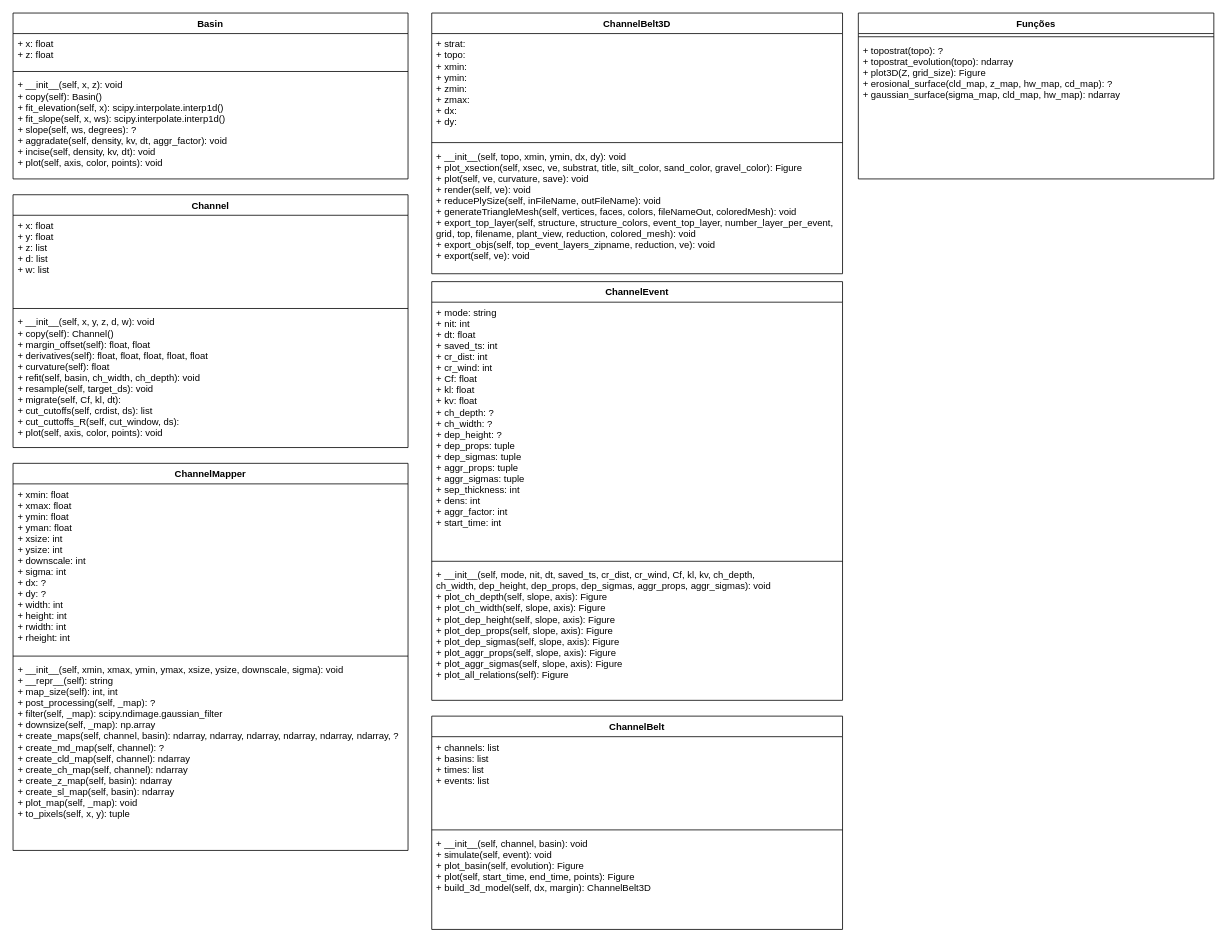
Above: page "meanderpy-classes" (1 of 3) of meanderpy/documentation/meanderpy-diagrams.drawio in Manuel-Research-Group/meanderpy (draw.io), before the change. Source tidied: cells renumbered, new cells numbered last; positions are measured from the earlier drawing's top-left corner, leaving out a move shared by most shapes. Both pictures are drawn from the tidied source at 79%, with x=0, y=0 at pixel (13, 13).
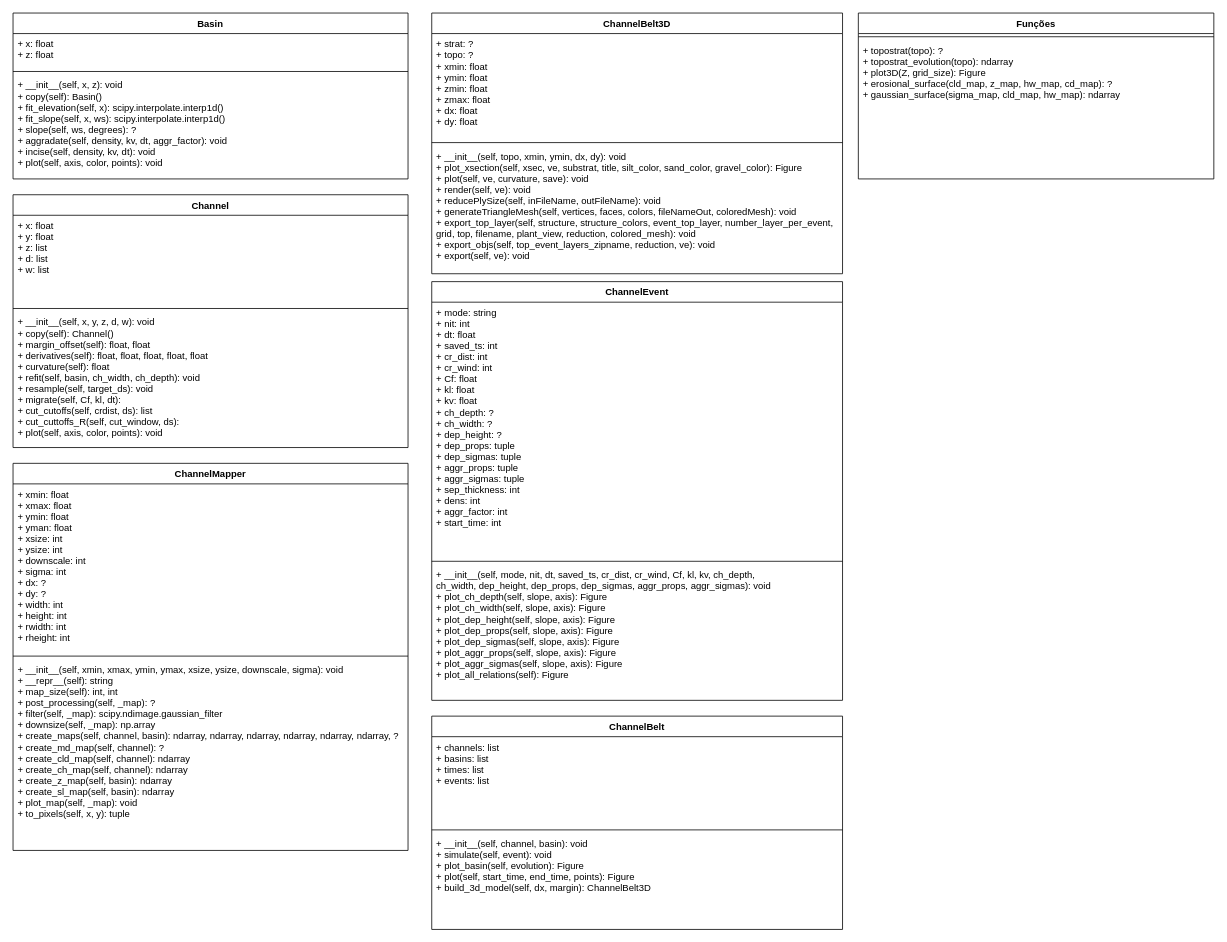
The same page after the edit.

Commit message (it also covers changes not shown here):
Added new tab with the Activity diagram for the runner.py.

The change refers to these unchanged cells:
```xml
<mxCell id="25" value="ChannelBelt3D" style="swimlane;fontStyle=1;align=center;verticalAlign=top;horizontal=1;startSize=26;" parent="1" vertex="1">
  <mxGeometry x="530" width="520" height="330" as="geometry" />
</mxCell>
```

Change to the diagram source:
```diff
@@
-    <mxCell id="26" value="+ strat: &#10;+ topo: &#10;+ xmin: &#10;+ ymin: &#10;+ zmin: &#10;+ zmax:&#10;+ dx:&#10;+ dy: &#10;" style="text;strokeColor=none;fillColor=none;align=left;verticalAlign=top;spacingLeft=4;spacingRight=4;overflow=hidden;fontStyle=0;" parent="25" vertex="1">
+    <mxCell id="26" value="+ strat: ?&#10;+ topo: ?&#10;+ xmin: float&#10;+ ymin: float&#10;+ zmin: float&#10;+ zmax: float&#10;+ dx: float&#10;+ dy: float&#10;" style="text;strokeColor=none;fillColor=none;align=left;verticalAlign=top;spacingLeft=4;spacingRight=4;overflow=hidden;fontStyle=0;" parent="25" vertex="1">
       <mxGeometry y="26" width="520" height="134" as="geometry" />
     </mxCell>
```
